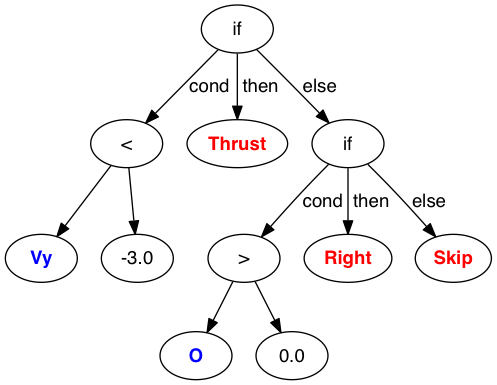
The Graphviz diagram resources/example-program.png in darwins-challenge/rust-belt-rust.2016, before a commit. Its source is kept beside it as resources/example-program.dot.
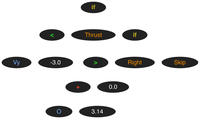
After the change.

The edit, as a diff of the source:
```diff
@@ -1,7 +1,9 @@
 digraph G {
-    node [fontname=Helvetica];
-    edge [fontname=Helvetica];
+    node [fontname=helvetica, fontsize=18, color="white", fontcolor="white", penwidth=2.0, margin="0.31,0.055", fillcolor="#222222", style="filled"];
+    edge [fontname=helvetica, fontsize=10, color="white", fontcolor="white", penwidth=2.0];
+    graph [bgcolor="transparent", fontcolor="white"];
 
+    if;
     if -> "<" [ label=cond ];
     "<" -> Vy;
     "<" -> -3.0;
@@ -9,11 +11,17 @@
     if2 [ label="if" ];
     if -> if2 [ label=else ];
     if2 -> ">" [ label=cond ];
-    ">" -> O;
+    ">" -> "+";
+    "+" -> O;
+    "+" -> 3.14;
     ">" -> 0.0;
     if2 -> Right [ label=" then" ];
     if2 -> Skip [ label=else ];
 
-    Thrust, Right, Skip [ fontcolor="red", fontname="helvetica bold" ];
-    Vy, O [ fontcolor="blue", fontname="Helvetica bold" ];
+
+    if, if2 [ fontcolor="#CCB51D", fontname="helvetica bold" ];
+    ">", "<" [ fontcolor="#2BCC1D", fontname="helvetica bold" ];
+    "+" [ fontcolor="#D44424", fontname="helvetica bold" ];
+    Thrust, Right, Skip [ fontcolor="#F78C00" ];
+    Vy, O [ fontcolor="#7AA9FF" ];
 }
```
